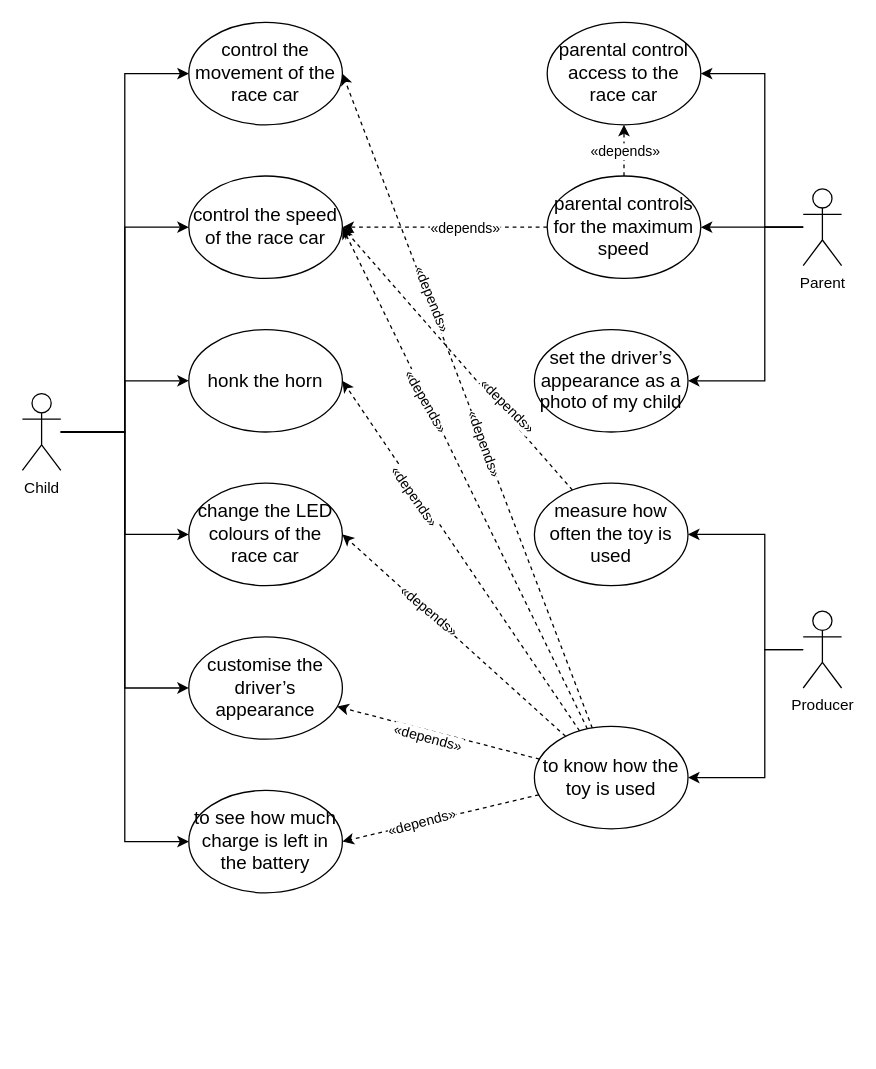
Earlier version of the draw.io diagram page "Page-2" (2 of 2) of docs/rc-car.drawio (SEPM-Nov-2022/sepm-rc-car). Source tidied: cells renumbered, new cells numbered last; positions are measured from the earlier drawing's top-left corner, leaving out a move shared by most shapes. Both pictures are drawn from the tidied source at 128%, with x=0, y=0 at pixel (22, 22).
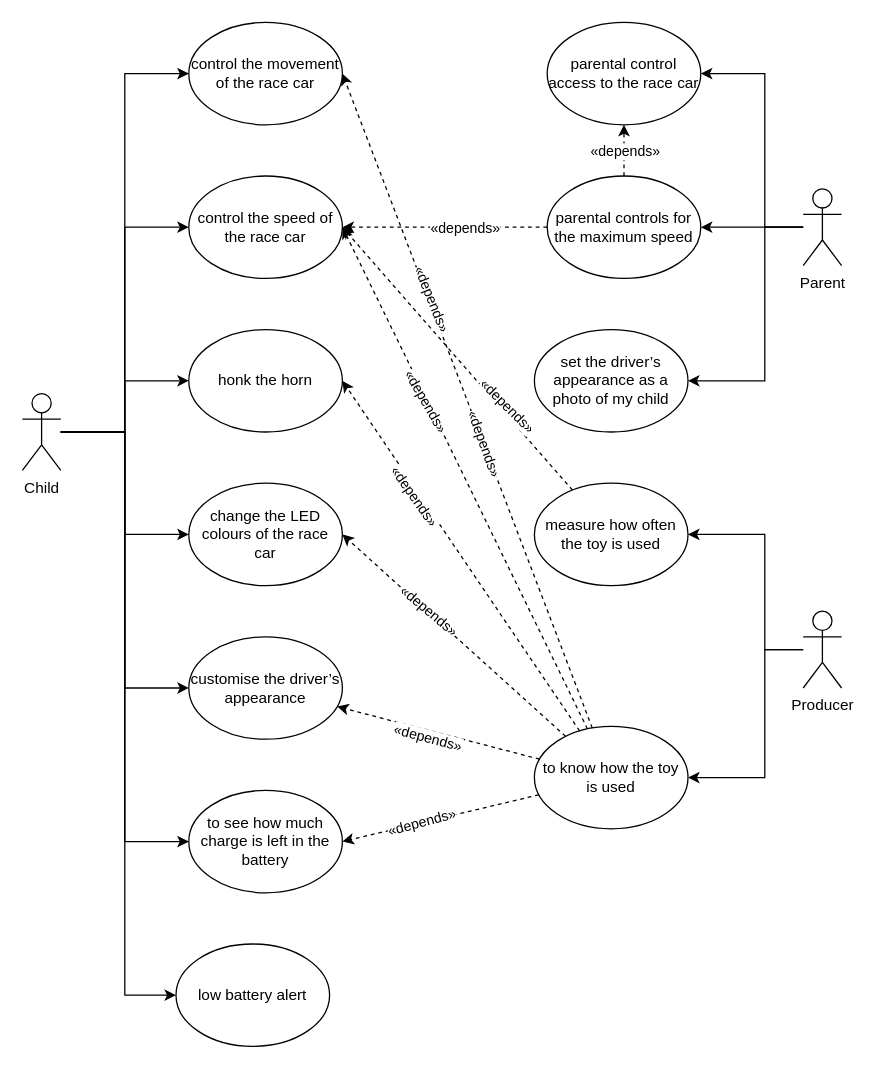
After the change.

The change refers to these unchanged cells:
```xml
<mxCell id="38" value="Child" style="shape=umlActor;verticalLabelPosition=bottom;verticalAlign=top;html=1;outlineConnect=0;" parent="1" vertex="1">
  <mxGeometry y="290" width="30" height="60" as="geometry" />
</mxCell>
```

Diff of the diagram source:
```diff
@@
-    <mxCell id="2" value="&lt;span style=&quot;text-align: start;&quot; id=&quot;docs-internal-guid-8570acfc-7fff-1a27-811b-bf61a4fa9c91&quot;&gt;&lt;span style=&quot;font-size: 11pt; font-family: Avenir, sans-serif; font-variant-ligatures: normal; font-variant-numeric: normal; font-variant-alternates: normal; font-variant-east-asian: normal; font-variant-position: normal; vertical-align: baseline;&quot;&gt;control the &lt;/span&gt;&lt;span style=&quot;font-size: 11pt; font-family: Avenir, sans-serif; font-variant-ligatures: normal; font-variant-numeric: normal; font-variant-alternates: normal; font-variant-east-asian: normal; font-variant-position: normal; vertical-align: baseline;&quot;&gt;movement&lt;/span&gt;&lt;span style=&quot;font-size: 11pt; font-family: Avenir, sans-serif; font-variant-ligatures: normal; font-variant-numeric: normal; font-variant-alternates: normal; font-variant-east-asian: normal; font-variant-position: normal; vertical-align: baseline;&quot;&gt; of the race car&lt;/span&gt;&lt;/span&gt;" style="ellipse;whiteSpace=wrap;html=1;" parent="1" vertex="1">
+    <mxCell id="2" value="&lt;span style=&quot;text-align: start;&quot; id=&quot;docs-internal-guid-8570acfc-7fff-1a27-811b-bf61a4fa9c91&quot;&gt;&lt;span style=&quot;font-family: Avenir, sans-serif; font-variant-ligatures: normal; font-variant-numeric: normal; font-variant-alternates: normal; font-variant-east-asian: normal; font-variant-position: normal; vertical-align: baseline;&quot;&gt;control the &lt;/span&gt;&lt;span style=&quot;font-family: Avenir, sans-serif; font-variant-ligatures: normal; font-variant-numeric: normal; font-variant-alternates: normal; font-variant-east-asian: normal; font-variant-position: normal; vertical-align: baseline;&quot;&gt;movement&lt;/span&gt;&lt;span style=&quot;font-family: Avenir, sans-serif; font-variant-ligatures: normal; font-variant-numeric: normal; font-variant-alternates: normal; font-variant-east-asian: normal; font-variant-position: normal; vertical-align: baseline;&quot;&gt; of the race car&lt;/span&gt;&lt;/span&gt;" style="ellipse;whiteSpace=wrap;html=1;" parent="1" vertex="1">
       <mxGeometry x="130" width="120" height="80" as="geometry" />
     </mxCell>
-    <mxCell id="3" value="&lt;span style=&quot;text-align: start;&quot; id=&quot;docs-internal-guid-0f9b0ddf-7fff-7ef0-17e2-59f7feef2cee&quot;&gt;&lt;span style=&quot;font-size: 11pt; font-family: Avenir, sans-serif; font-variant-ligatures: normal; font-variant-numeric: normal; font-variant-alternates: normal; font-variant-east-asian: normal; font-variant-position: normal; vertical-align: baseline;&quot;&gt;control the &lt;/span&gt;&lt;span style=&quot;font-size: 11pt; font-family: Avenir, sans-serif; font-variant-ligatures: normal; font-variant-numeric: normal; font-variant-alternates: normal; font-variant-east-asian: normal; font-variant-position: normal; vertical-align: baseline;&quot;&gt;speed&lt;/span&gt;&lt;span style=&quot;font-size: 11pt; font-family: Avenir, sans-serif; font-variant-ligatures: normal; font-variant-numeric: normal; font-variant-alternates: normal; font-variant-east-asian: normal; font-variant-position: normal; vertical-align: baseline;&quot;&gt; of the race car&lt;/span&gt;&lt;/span&gt;" style="ellipse;whiteSpace=wrap;html=1;" parent="1" vertex="1">
+    <mxCell id="3" value="&lt;span style=&quot;text-align: start;&quot; id=&quot;docs-internal-guid-0f9b0ddf-7fff-7ef0-17e2-59f7feef2cee&quot;&gt;&lt;span style=&quot;font-family: Avenir, sans-serif; font-variant-ligatures: normal; font-variant-numeric: normal; font-variant-alternates: normal; font-variant-east-asian: normal; font-variant-position: normal; vertical-align: baseline;&quot;&gt;control the &lt;/span&gt;&lt;span style=&quot;font-family: Avenir, sans-serif; font-variant-ligatures: normal; font-variant-numeric: normal; font-variant-alternates: normal; font-variant-east-asian: normal; font-variant-position: normal; vertical-align: baseline;&quot;&gt;speed&lt;/span&gt;&lt;span style=&quot;font-family: Avenir, sans-serif; font-variant-ligatures: normal; font-variant-numeric: normal; font-variant-alternates: normal; font-variant-east-asian: normal; font-variant-position: normal; vertical-align: baseline;&quot;&gt; of the race car&lt;/span&gt;&lt;/span&gt;" style="ellipse;whiteSpace=wrap;html=1;" parent="1" vertex="1">
       <mxGeometry x="130" y="120" width="120" height="80" as="geometry" />
     </mxCell>
-    <mxCell id="4" value="&lt;span style=&quot;text-align: start;&quot; id=&quot;docs-internal-guid-fc8597a5-7fff-dffd-9728-6b35a99f94af&quot;&gt;&lt;span style=&quot;font-size: 11pt; font-family: Avenir, sans-serif; font-variant-ligatures: normal; font-variant-numeric: normal; font-variant-alternates: normal; font-variant-east-asian: normal; font-variant-position: normal; vertical-align: baseline;&quot;&gt;honk the &lt;/span&gt;&lt;span style=&quot;font-size: 11pt; font-family: Avenir, sans-serif; font-variant-ligatures: normal; font-variant-numeric: normal; font-variant-alternates: normal; font-variant-east-asian: normal; font-variant-position: normal; vertical-align: baseline;&quot;&gt;horn&lt;/span&gt;&lt;/span&gt;" style="ellipse;whiteSpace=wrap;html=1;" parent="1" vertex="1">
+    <mxCell id="4" value="&lt;span style=&quot;text-align: start;&quot; id=&quot;docs-internal-guid-fc8597a5-7fff-dffd-9728-6b35a99f94af&quot;&gt;&lt;span style=&quot;font-family: Avenir, sans-serif; font-variant-ligatures: normal; font-variant-numeric: normal; font-variant-alternates: normal; font-variant-east-asian: normal; font-variant-position: normal; vertical-align: baseline;&quot;&gt;honk the &lt;/span&gt;&lt;span style=&quot;font-family: Avenir, sans-serif; font-variant-ligatures: normal; font-variant-numeric: normal; font-variant-alternates: normal; font-variant-east-asian: normal; font-variant-position: normal; vertical-align: baseline;&quot;&gt;horn&lt;/span&gt;&lt;/span&gt;" style="ellipse;whiteSpace=wrap;html=1;" parent="1" vertex="1">
       <mxGeometry x="130" y="240" width="120" height="80" as="geometry" />
     </mxCell>
-    <mxCell id="5" value="&lt;span style=&quot;text-align: start;&quot; id=&quot;docs-internal-guid-59bcc82e-7fff-093f-3445-b434fc3414b2&quot;&gt;&lt;span style=&quot;font-size: 11pt; font-family: Avenir, sans-serif; font-variant-ligatures: normal; font-variant-numeric: normal; font-variant-alternates: normal; font-variant-east-asian: normal; font-variant-position: normal; vertical-align: baseline;&quot;&gt;change the &lt;/span&gt;&lt;span style=&quot;font-size: 11pt; font-family: Avenir, sans-serif; font-variant-ligatures: normal; font-variant-numeric: normal; font-variant-alternates: normal; font-variant-east-asian: normal; font-variant-position: normal; vertical-align: baseline;&quot;&gt;LED colours&lt;/span&gt;&lt;span style=&quot;font-size: 11pt; font-family: Avenir, sans-serif; font-variant-ligatures: normal; font-variant-numeric: normal; font-variant-alternates: normal; font-variant-east-asian: normal; font-variant-position: normal; vertical-align: baseline;&quot;&gt; of the race car&lt;/span&gt;&lt;/span&gt;" style="ellipse;whiteSpace=wrap;html=1;" parent="1" vertex="1">
+    <mxCell id="5" value="&lt;span style=&quot;text-align: start;&quot; id=&quot;docs-internal-guid-59bcc82e-7fff-093f-3445-b434fc3414b2&quot;&gt;&lt;span style=&quot;font-family: Avenir, sans-serif; font-variant-ligatures: normal; font-variant-numeric: normal; font-variant-alternates: normal; font-variant-east-asian: normal; font-variant-position: normal; vertical-align: baseline;&quot;&gt;change the &lt;/span&gt;&lt;span style=&quot;font-family: Avenir, sans-serif; font-variant-ligatures: normal; font-variant-numeric: normal; font-variant-alternates: normal; font-variant-east-asian: normal; font-variant-position: normal; vertical-align: baseline;&quot;&gt;LED colours&lt;/span&gt;&lt;span style=&quot;font-family: Avenir, sans-serif; font-variant-ligatures: normal; font-variant-numeric: normal; font-variant-alternates: normal; font-variant-east-asian: normal; font-variant-position: normal; vertical-align: baseline;&quot;&gt; of the race car&lt;/span&gt;&lt;/span&gt;" style="ellipse;whiteSpace=wrap;html=1;" parent="1" vertex="1">
       <mxGeometry x="130" y="360" width="120" height="80" as="geometry" />
     </mxCell>
-    <mxCell id="6" value="&lt;span style=&quot;text-align: start;&quot; id=&quot;docs-internal-guid-2469e8fd-7fff-36c4-4de9-172017d29f82&quot;&gt;&lt;span style=&quot;font-size: 11pt; font-family: Avenir, sans-serif; font-variant-ligatures: normal; font-variant-numeric: normal; font-variant-alternates: normal; font-variant-east-asian: normal; font-variant-position: normal; vertical-align: baseline;&quot;&gt;customise the &lt;/span&gt;&lt;span style=&quot;font-size: 11pt; font-family: Avenir, sans-serif; font-variant-ligatures: normal; font-variant-numeric: normal; font-variant-alternates: normal; font-variant-east-asian: normal; font-variant-position: normal; vertical-align: baseline;&quot;&gt;driver’s appearance&lt;/span&gt;&lt;/span&gt;" style="ellipse;whiteSpace=wrap;html=1;" parent="1" vertex="1">
+    <mxCell id="6" value="&lt;span style=&quot;text-align: start;&quot; id=&quot;docs-internal-guid-2469e8fd-7fff-36c4-4de9-172017d29f82&quot;&gt;&lt;span style=&quot;font-family: Avenir, sans-serif; font-variant-ligatures: normal; font-variant-numeric: normal; font-variant-alternates: normal; font-variant-east-asian: normal; font-variant-position: normal; vertical-align: baseline;&quot;&gt;customise the &lt;/span&gt;&lt;span style=&quot;font-family: Avenir, sans-serif; font-variant-ligatures: normal; font-variant-numeric: normal; font-variant-alternates: normal; font-variant-east-asian: normal; font-variant-position: normal; vertical-align: baseline;&quot;&gt;driver’s appearance&lt;/span&gt;&lt;/span&gt;" style="ellipse;whiteSpace=wrap;html=1;" parent="1" vertex="1">
       <mxGeometry x="130" y="480" width="120" height="80" as="geometry" />
     </mxCell>
-    <mxCell id="7" value="&lt;span style=&quot;text-align: start;&quot; id=&quot;docs-internal-guid-22fa756d-7fff-af0d-4fb0-73ab95ae661b&quot;&gt;&lt;span style=&quot;font-size: 11pt; font-family: Avenir, sans-serif; font-variant-ligatures: normal; font-variant-numeric: normal; font-variant-alternates: normal; font-variant-east-asian: normal; font-variant-position: normal; vertical-align: baseline;&quot;&gt;to see how much charge is left in the &lt;/span&gt;&lt;span style=&quot;font-size: 11pt; font-family: Avenir, sans-serif; font-variant-ligatures: normal; font-variant-numeric: normal; font-variant-alternates: normal; font-variant-east-asian: normal; font-variant-position: normal; vertical-align: baseline;&quot;&gt;battery&lt;/span&gt;&lt;/span&gt;" style="ellipse;whiteSpace=wrap;html=1;" parent="1" vertex="1">
+    <mxCell id="7" value="&lt;span style=&quot;text-align: start;&quot; id=&quot;docs-internal-guid-22fa756d-7fff-af0d-4fb0-73ab95ae661b&quot;&gt;&lt;span style=&quot;font-family: Avenir, sans-serif; font-variant-ligatures: normal; font-variant-numeric: normal; font-variant-alternates: normal; font-variant-east-asian: normal; font-variant-position: normal; vertical-align: baseline;&quot;&gt;to see how much charge is left in the &lt;/span&gt;&lt;span style=&quot;font-family: Avenir, sans-serif; font-variant-ligatures: normal; font-variant-numeric: normal; font-variant-alternates: normal; font-variant-east-asian: normal; font-variant-position: normal; vertical-align: baseline;&quot;&gt;battery&lt;/span&gt;&lt;/span&gt;" style="ellipse;whiteSpace=wrap;html=1;" parent="1" vertex="1">
       <mxGeometry x="130" y="600" width="120" height="80" as="geometry" />
     </mxCell>
-    <mxCell id="8" value="&lt;span style=&quot;text-align: start;&quot; id=&quot;docs-internal-guid-e9606656-7fff-e017-d388-0c86785e5774&quot;&gt;&lt;span style=&quot;font-size: 11pt; font-family: Avenir, sans-serif; font-variant-ligatures: normal; font-variant-numeric: normal; font-variant-alternates: normal; font-variant-east-asian: normal; font-variant-position: normal; vertical-align: baseline;&quot;&gt;parental control access to the race car&lt;/span&gt;&lt;/span&gt;" style="ellipse;whiteSpace=wrap;html=1;" parent="1" vertex="1">
+    <mxCell id="8" value="&lt;span style=&quot;text-align: start;&quot; id=&quot;docs-internal-guid-e9606656-7fff-e017-d388-0c86785e5774&quot;&gt;&lt;span style=&quot;font-family: Avenir, sans-serif; font-variant-ligatures: normal; font-variant-numeric: normal; font-variant-alternates: normal; font-variant-east-asian: normal; font-variant-position: normal; vertical-align: baseline;&quot;&gt;&lt;font style=&quot;font-size: 12px;&quot;&gt;parental control access to the race car&lt;/font&gt;&lt;/span&gt;&lt;/span&gt;" style="ellipse;whiteSpace=wrap;html=1;" parent="1" vertex="1">
       <mxGeometry x="410" width="120" height="80" as="geometry" />
     </mxCell>
@@
-    <mxCell id="13" value="&lt;span style=&quot;text-align: start;&quot; id=&quot;docs-internal-guid-d5a6d25c-7fff-4a90-dd10-b95cb81b9c0c&quot;&gt;&lt;span style=&quot;font-size: 11pt; font-family: Avenir, sans-serif; font-variant-ligatures: normal; font-variant-numeric: normal; font-variant-alternates: normal; font-variant-east-asian: normal; font-variant-position: normal; vertical-align: baseline;&quot;&gt;parental controls for the maximum speed&lt;/span&gt;&lt;/span&gt;" style="ellipse;whiteSpace=wrap;html=1;" parent="1" vertex="1">
+    <mxCell id="13" value="&lt;span style=&quot;text-align: start;&quot; id=&quot;docs-internal-guid-d5a6d25c-7fff-4a90-dd10-b95cb81b9c0c&quot;&gt;&lt;span style=&quot;font-family: Avenir, sans-serif; font-variant-ligatures: normal; font-variant-numeric: normal; font-variant-alternates: normal; font-variant-east-asian: normal; font-variant-position: normal; vertical-align: baseline;&quot;&gt;&lt;font style=&quot;font-size: 12px;&quot;&gt;parental controls for the maximum speed&lt;/font&gt;&lt;/span&gt;&lt;/span&gt;" style="ellipse;whiteSpace=wrap;html=1;" parent="1" vertex="1">
       <mxGeometry x="410" y="120" width="120" height="80" as="geometry" />
     </mxCell>
-    <mxCell id="14" value="&lt;span style=&quot;text-align: start;&quot; id=&quot;docs-internal-guid-3688a70e-7fff-8585-3979-793e9776cd72&quot;&gt;&lt;span style=&quot;font-size: 11pt; font-family: Avenir, sans-serif; font-variant-ligatures: normal; font-variant-numeric: normal; font-variant-alternates: normal; font-variant-east-asian: normal; font-variant-position: normal; vertical-align: baseline;&quot;&gt;set the driver’s appearance as a photo of my child&lt;/span&gt;&lt;/span&gt;" style="ellipse;whiteSpace=wrap;html=1;" parent="1" vertex="1">
+    <mxCell id="14" value="&lt;span style=&quot;text-align: start;&quot; id=&quot;docs-internal-guid-3688a70e-7fff-8585-3979-793e9776cd72&quot;&gt;&lt;span style=&quot;font-family: Avenir, sans-serif; font-variant-ligatures: normal; font-variant-numeric: normal; font-variant-alternates: normal; font-variant-east-asian: normal; font-variant-position: normal; vertical-align: baseline;&quot;&gt;&lt;font style=&quot;font-size: 12px;&quot;&gt;set the driver’s appearance as a photo of my child&lt;/font&gt;&lt;/span&gt;&lt;/span&gt;" style="ellipse;whiteSpace=wrap;html=1;" parent="1" vertex="1">
       <mxGeometry x="400" y="240" width="120" height="80" as="geometry" />
     </mxCell>
@@
-    <mxCell id="17" value="&lt;span style=&quot;text-align: start;&quot; id=&quot;docs-internal-guid-734c473f-7fff-c8ec-94ca-1b3965e70776&quot;&gt;&lt;span style=&quot;font-size: 11pt; font-family: Avenir, sans-serif; font-variant-ligatures: normal; font-variant-numeric: normal; font-variant-alternates: normal; font-variant-east-asian: normal; font-variant-position: normal; vertical-align: baseline;&quot;&gt;measure how often the toy is used&lt;/span&gt;&lt;/span&gt;" style="ellipse;whiteSpace=wrap;html=1;" parent="1" vertex="1">
+    <mxCell id="17" value="&lt;span style=&quot;text-align: start;&quot; id=&quot;docs-internal-guid-734c473f-7fff-c8ec-94ca-1b3965e70776&quot;&gt;&lt;span style=&quot;font-family: Avenir, sans-serif; font-variant-ligatures: normal; font-variant-numeric: normal; font-variant-alternates: normal; font-variant-east-asian: normal; font-variant-position: normal; vertical-align: baseline;&quot;&gt;&lt;font style=&quot;font-size: 12px;&quot;&gt;measure how often the toy is used&lt;/font&gt;&lt;/span&gt;&lt;/span&gt;" style="ellipse;whiteSpace=wrap;html=1;" parent="1" vertex="1">
       <mxGeometry x="400" y="360" width="120" height="80" as="geometry" />
     </mxCell>
@@
-    <mxCell id="31" value="&lt;span style=&quot;text-align: start;&quot; id=&quot;docs-internal-guid-d557a93a-7fff-fcf1-c522-128d959ee20b&quot;&gt;&lt;span style=&quot;font-size: 11pt; font-family: Avenir, sans-serif; font-variant-ligatures: normal; font-variant-numeric: normal; font-variant-alternates: normal; font-variant-east-asian: normal; font-variant-position: normal; vertical-align: baseline;&quot;&gt;to know how the toy is used&lt;/span&gt;&lt;/span&gt;" style="ellipse;whiteSpace=wrap;html=1;" parent="1" vertex="1">
+    <mxCell id="31" value="&lt;span style=&quot;text-align: start;&quot; id=&quot;docs-internal-guid-d557a93a-7fff-fcf1-c522-128d959ee20b&quot;&gt;&lt;span style=&quot;font-family: Avenir, sans-serif; font-variant-ligatures: normal; font-variant-numeric: normal; font-variant-alternates: normal; font-variant-east-asian: normal; font-variant-position: normal; vertical-align: baseline;&quot;&gt;&lt;font style=&quot;font-size: 12px;&quot;&gt;to know how the toy is used&lt;/font&gt;&lt;/span&gt;&lt;/span&gt;" style="ellipse;whiteSpace=wrap;html=1;" parent="1" vertex="1">
       <mxGeometry x="400" y="550" width="120" height="80" as="geometry" />
     </mxCell>
@@
+    <mxCell id="46" style="edgeStyle=orthogonalEdgeStyle;rounded=0;jettySize=auto;html=1;entryX=0;entryY=0.5;entryDx=0;entryDy=0;" parent="1" edge="1" source="38" target="47">
+      <mxGeometry relative="1" as="geometry">
+        <Array as="points">
+          <mxPoint x="80" y="320" />
+          <mxPoint x="80" y="760" />
+        </Array>
+      </mxGeometry>
+    </mxCell>
@@
+    <mxCell id="47" value="&lt;div style=&quot;text-align: start;&quot;&gt;&lt;font style=&quot;font-size: 12px;&quot; face=&quot;Avenir, sans-serif&quot;&gt;low battery alert&lt;/font&gt;&lt;/div&gt;" style="ellipse;whiteSpace=wrap;html=1;" parent="1" vertex="1">
+      <mxGeometry x="120" y="720" width="120" height="80" as="geometry" />
+    </mxCell>
```
